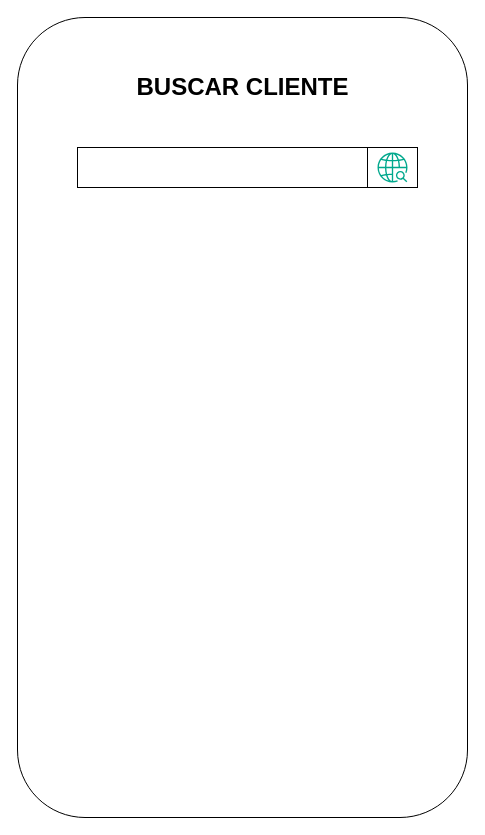
Above: Doc/BUSCARCLIENTE.drawio in Brazuca17/AppEquipe5 (draw.io), before the change. Source tidied: cells renumbered, new cells numbered last; positions are measured from the earlier drawing's top-left corner, leaving out a move shared by most shapes. Both pictures are drawn from the tidied source at 100%, with x=0, y=0 at pixel (17, 17).
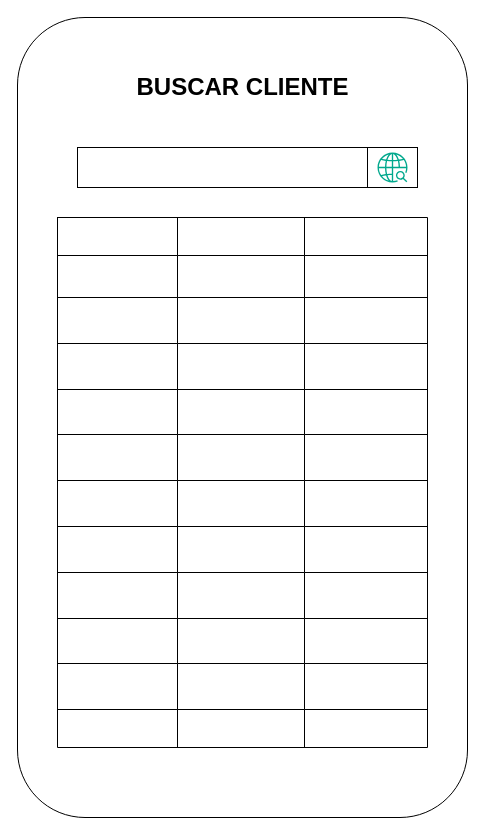
After the change.

Change to the diagram source:
```diff
@@
+    <mxCell id="7" style="shape=table;startSize=0;childLayout=tableLayout;fontSize=16;" parent="1" vertex="1">
+      <mxGeometry x="40" y="200" width="370" height="530" as="geometry" />
+    </mxCell>
+    <mxCell id="8" style="shape=tableRow;horizontal=0;startSize=0;swimlaneHead=0;swimlaneBody=0;strokeColor=inherit;top=0;left=0;bottom=0;right=0;fillColor=none;fontSize=16;" parent="7" vertex="1">
+      <mxGeometry width="370" height="38" as="geometry" />
+    </mxCell>
+    <mxCell id="9" style="shape=partialRectangle;html=1;whiteSpace=wrap;strokeColor=inherit;overflow=hidden;fillColor=none;top=0;left=0;bottom=0;right=0;fontSize=16;" parent="8" vertex="1">
+      <mxGeometry width="120" height="38" as="geometry" />
+    </mxCell>
+    <mxCell id="10" style="shape=partialRectangle;html=1;whiteSpace=wrap;strokeColor=inherit;overflow=hidden;fillColor=none;top=0;left=0;bottom=0;right=0;fontSize=16;" parent="8" vertex="1">
+      <mxGeometry x="120" width="127" height="38" as="geometry" />
+    </mxCell>
+    <mxCell id="11" style="shape=partialRectangle;html=1;whiteSpace=wrap;strokeColor=inherit;overflow=hidden;fillColor=none;top=0;left=0;bottom=0;right=0;fontSize=16;" parent="8" vertex="1">
+      <mxGeometry x="247" width="123" height="38" as="geometry" />
+    </mxCell>
+    <mxCell id="12" style="shape=tableRow;horizontal=0;startSize=0;swimlaneHead=0;swimlaneBody=0;strokeColor=inherit;top=0;left=0;bottom=0;right=0;fillColor=none;fontSize=16;" parent="7" vertex="1">
+      <mxGeometry y="38" width="370" height="42" as="geometry" />
+    </mxCell>
+    <mxCell id="13" style="shape=partialRectangle;html=1;whiteSpace=wrap;strokeColor=inherit;overflow=hidden;fillColor=none;top=0;left=0;bottom=0;right=0;fontSize=16;" parent="12" vertex="1">
+      <mxGeometry width="120" height="42" as="geometry" />
+    </mxCell>
+    <mxCell id="14" style="shape=partialRectangle;html=1;whiteSpace=wrap;strokeColor=inherit;overflow=hidden;fillColor=none;top=0;left=0;bottom=0;right=0;fontSize=16;" parent="12" vertex="1">
+      <mxGeometry x="120" width="127" height="42" as="geometry" />
+    </mxCell>
+    <mxCell id="15" style="shape=partialRectangle;html=1;whiteSpace=wrap;strokeColor=inherit;overflow=hidden;fillColor=none;top=0;left=0;bottom=0;right=0;fontSize=16;" parent="12" vertex="1">
+      <mxGeometry x="247" width="123" height="42" as="geometry" />
+    </mxCell>
+    <mxCell id="16" style="shape=tableRow;horizontal=0;startSize=0;swimlaneHead=0;swimlaneBody=0;strokeColor=inherit;top=0;left=0;bottom=0;right=0;fillColor=none;fontSize=16;" parent="7" vertex="1">
+      <mxGeometry y="80" width="370" height="46" as="geometry" />
+    </mxCell>
+    <mxCell id="17" style="shape=partialRectangle;html=1;whiteSpace=wrap;strokeColor=inherit;overflow=hidden;fillColor=none;top=0;left=0;bottom=0;right=0;fontSize=16;" parent="16" vertex="1">
+      <mxGeometry width="120" height="46" as="geometry" />
+    </mxCell>
+    <mxCell id="18" style="shape=partialRectangle;html=1;whiteSpace=wrap;strokeColor=inherit;overflow=hidden;fillColor=none;top=0;left=0;bottom=0;right=0;fontSize=16;" parent="16" vertex="1">
+      <mxGeometry x="120" width="127" height="46" as="geometry" />
+    </mxCell>
+    <mxCell id="19" style="shape=partialRectangle;html=1;whiteSpace=wrap;strokeColor=inherit;overflow=hidden;fillColor=none;top=0;left=0;bottom=0;right=0;fontSize=16;" parent="16" vertex="1">
+      <mxGeometry x="247" width="123" height="46" as="geometry" />
+    </mxCell>
+    <mxCell id="20" style="shape=tableRow;horizontal=0;startSize=0;swimlaneHead=0;swimlaneBody=0;strokeColor=inherit;top=0;left=0;bottom=0;right=0;fillColor=none;fontSize=16;" parent="7" vertex="1">
+      <mxGeometry y="126" width="370" height="46" as="geometry" />
+    </mxCell>
+    <mxCell id="21" style="shape=partialRectangle;html=1;whiteSpace=wrap;strokeColor=inherit;overflow=hidden;fillColor=none;top=0;left=0;bottom=0;right=0;fontSize=16;" parent="20" vertex="1">
+      <mxGeometry width="120" height="46" as="geometry" />
+    </mxCell>
+    <mxCell id="22" style="shape=partialRectangle;html=1;whiteSpace=wrap;strokeColor=inherit;overflow=hidden;fillColor=none;top=0;left=0;bottom=0;right=0;fontSize=16;" parent="20" vertex="1">
+      <mxGeometry x="120" width="127" height="46" as="geometry" />
+    </mxCell>
+    <mxCell id="23" style="shape=partialRectangle;html=1;whiteSpace=wrap;strokeColor=inherit;overflow=hidden;fillColor=none;top=0;left=0;bottom=0;right=0;fontSize=16;" parent="20" vertex="1">
+      <mxGeometry x="247" width="123" height="46" as="geometry" />
+    </mxCell>
+    <mxCell id="24" style="shape=tableRow;horizontal=0;startSize=0;swimlaneHead=0;swimlaneBody=0;strokeColor=inherit;top=0;left=0;bottom=0;right=0;fillColor=none;fontSize=16;" parent="7" vertex="1">
+      <mxGeometry y="172" width="370" height="45" as="geometry" />
+    </mxCell>
+    <mxCell id="25" style="shape=partialRectangle;html=1;whiteSpace=wrap;strokeColor=inherit;overflow=hidden;fillColor=none;top=0;left=0;bottom=0;right=0;fontSize=16;" parent="24" vertex="1">
+      <mxGeometry width="120" height="45" as="geometry" />
+    </mxCell>
+    <mxCell id="26" style="shape=partialRectangle;html=1;whiteSpace=wrap;strokeColor=inherit;overflow=hidden;fillColor=none;top=0;left=0;bottom=0;right=0;fontSize=16;" parent="24" vertex="1">
+      <mxGeometry x="120" width="127" height="45" as="geometry" />
+    </mxCell>
+    <mxCell id="27" style="shape=partialRectangle;html=1;whiteSpace=wrap;strokeColor=inherit;overflow=hidden;fillColor=none;top=0;left=0;bottom=0;right=0;fontSize=16;" parent="24" vertex="1">
+      <mxGeometry x="247" width="123" height="45" as="geometry" />
+    </mxCell>
+    <mxCell id="28" style="shape=tableRow;horizontal=0;startSize=0;swimlaneHead=0;swimlaneBody=0;strokeColor=inherit;top=0;left=0;bottom=0;right=0;fillColor=none;fontSize=16;" parent="7" vertex="1">
+      <mxGeometry y="217" width="370" height="46" as="geometry" />
+    </mxCell>
+    <mxCell id="29" style="shape=partialRectangle;html=1;whiteSpace=wrap;strokeColor=inherit;overflow=hidden;fillColor=none;top=0;left=0;bottom=0;right=0;fontSize=16;" parent="28" vertex="1">
+      <mxGeometry width="120" height="46" as="geometry" />
+    </mxCell>
+    <mxCell id="30" style="shape=partialRectangle;html=1;whiteSpace=wrap;strokeColor=inherit;overflow=hidden;fillColor=none;top=0;left=0;bottom=0;right=0;fontSize=16;" parent="28" vertex="1">
+      <mxGeometry x="120" width="127" height="46" as="geometry" />
+    </mxCell>
+    <mxCell id="31" style="shape=partialRectangle;html=1;whiteSpace=wrap;strokeColor=inherit;overflow=hidden;fillColor=none;top=0;left=0;bottom=0;right=0;fontSize=16;" parent="28" vertex="1">
+      <mxGeometry x="247" width="123" height="46" as="geometry" />
+    </mxCell>
+    <mxCell id="32" style="shape=tableRow;horizontal=0;startSize=0;swimlaneHead=0;swimlaneBody=0;strokeColor=inherit;top=0;left=0;bottom=0;right=0;fillColor=none;fontSize=16;" parent="7" vertex="1">
+      <mxGeometry y="263" width="370" height="46" as="geometry" />
+    </mxCell>
+    <mxCell id="33" style="shape=partialRectangle;html=1;whiteSpace=wrap;strokeColor=inherit;overflow=hidden;fillColor=none;top=0;left=0;bottom=0;right=0;fontSize=16;" parent="32" vertex="1">
+      <mxGeometry width="120" height="46" as="geometry" />
+    </mxCell>
+    <mxCell id="34" style="shape=partialRectangle;html=1;whiteSpace=wrap;strokeColor=inherit;overflow=hidden;fillColor=none;top=0;left=0;bottom=0;right=0;fontSize=16;" parent="32" vertex="1">
+      <mxGeometry x="120" width="127" height="46" as="geometry" />
+    </mxCell>
+    <mxCell id="35" style="shape=partialRectangle;html=1;whiteSpace=wrap;strokeColor=inherit;overflow=hidden;fillColor=none;top=0;left=0;bottom=0;right=0;fontSize=16;" parent="32" vertex="1">
+      <mxGeometry x="247" width="123" height="46" as="geometry" />
+    </mxCell>
+    <mxCell id="36" style="shape=tableRow;horizontal=0;startSize=0;swimlaneHead=0;swimlaneBody=0;strokeColor=inherit;top=0;left=0;bottom=0;right=0;fillColor=none;fontSize=16;" parent="7" vertex="1">
+      <mxGeometry y="309" width="370" height="46" as="geometry" />
+    </mxCell>
+    <mxCell id="37" style="shape=partialRectangle;html=1;whiteSpace=wrap;strokeColor=inherit;overflow=hidden;fillColor=none;top=0;left=0;bottom=0;right=0;fontSize=16;" parent="36" vertex="1">
+      <mxGeometry width="120" height="46" as="geometry" />
+    </mxCell>
+    <mxCell id="38" style="shape=partialRectangle;html=1;whiteSpace=wrap;strokeColor=inherit;overflow=hidden;fillColor=none;top=0;left=0;bottom=0;right=0;fontSize=16;" parent="36" vertex="1">
+      <mxGeometry x="120" width="127" height="46" as="geometry" />
+    </mxCell>
+    <mxCell id="39" style="shape=partialRectangle;html=1;whiteSpace=wrap;strokeColor=inherit;overflow=hidden;fillColor=none;top=0;left=0;bottom=0;right=0;fontSize=16;" parent="36" vertex="1">
+      <mxGeometry x="247" width="123" height="46" as="geometry" />
+    </mxCell>
+    <mxCell id="40" style="shape=tableRow;horizontal=0;startSize=0;swimlaneHead=0;swimlaneBody=0;strokeColor=inherit;top=0;left=0;bottom=0;right=0;fillColor=none;fontSize=16;" parent="7" vertex="1">
+      <mxGeometry y="355" width="370" height="46" as="geometry" />
+    </mxCell>
+    <mxCell id="41" style="shape=partialRectangle;html=1;whiteSpace=wrap;strokeColor=inherit;overflow=hidden;fillColor=none;top=0;left=0;bottom=0;right=0;fontSize=16;" parent="40" vertex="1">
+      <mxGeometry width="120" height="46" as="geometry" />
+    </mxCell>
+    <mxCell id="42" style="shape=partialRectangle;html=1;whiteSpace=wrap;strokeColor=inherit;overflow=hidden;fillColor=none;top=0;left=0;bottom=0;right=0;fontSize=16;" parent="40" vertex="1">
+      <mxGeometry x="120" width="127" height="46" as="geometry" />
+    </mxCell>
+    <mxCell id="43" style="shape=partialRectangle;html=1;whiteSpace=wrap;strokeColor=inherit;overflow=hidden;fillColor=none;top=0;left=0;bottom=0;right=0;fontSize=16;" parent="40" vertex="1">
+      <mxGeometry x="247" width="123" height="46" as="geometry" />
+    </mxCell>
+    <mxCell id="44" style="shape=tableRow;horizontal=0;startSize=0;swimlaneHead=0;swimlaneBody=0;strokeColor=inherit;top=0;left=0;bottom=0;right=0;fillColor=none;fontSize=16;" parent="7" vertex="1">
+      <mxGeometry y="401" width="370" height="45" as="geometry" />
+    </mxCell>
+    <mxCell id="45" style="shape=partialRectangle;html=1;whiteSpace=wrap;strokeColor=inherit;overflow=hidden;fillColor=none;top=0;left=0;bottom=0;right=0;fontSize=16;" parent="44" vertex="1">
+      <mxGeometry width="120" height="45" as="geometry" />
+    </mxCell>
+    <mxCell id="46" style="shape=partialRectangle;html=1;whiteSpace=wrap;strokeColor=inherit;overflow=hidden;fillColor=none;top=0;left=0;bottom=0;right=0;fontSize=16;" parent="44" vertex="1">
+      <mxGeometry x="120" width="127" height="45" as="geometry" />
+    </mxCell>
+    <mxCell id="47" style="shape=partialRectangle;html=1;whiteSpace=wrap;strokeColor=inherit;overflow=hidden;fillColor=none;top=0;left=0;bottom=0;right=0;fontSize=16;" parent="44" vertex="1">
+      <mxGeometry x="247" width="123" height="45" as="geometry" />
+    </mxCell>
+    <mxCell id="48" style="shape=tableRow;horizontal=0;startSize=0;swimlaneHead=0;swimlaneBody=0;strokeColor=inherit;top=0;left=0;bottom=0;right=0;fillColor=none;fontSize=16;" parent="7" vertex="1">
+      <mxGeometry y="446" width="370" height="46" as="geometry" />
+    </mxCell>
+    <mxCell id="49" style="shape=partialRectangle;html=1;whiteSpace=wrap;strokeColor=inherit;overflow=hidden;fillColor=none;top=0;left=0;bottom=0;right=0;fontSize=16;" parent="48" vertex="1">
+      <mxGeometry width="120" height="46" as="geometry" />
+    </mxCell>
+    <mxCell id="50" style="shape=partialRectangle;html=1;whiteSpace=wrap;strokeColor=inherit;overflow=hidden;fillColor=none;top=0;left=0;bottom=0;right=0;fontSize=16;" parent="48" vertex="1">
+      <mxGeometry x="120" width="127" height="46" as="geometry" />
+    </mxCell>
+    <mxCell id="51" style="shape=partialRectangle;html=1;whiteSpace=wrap;strokeColor=inherit;overflow=hidden;fillColor=none;top=0;left=0;bottom=0;right=0;fontSize=16;" parent="48" vertex="1">
+      <mxGeometry x="247" width="123" height="46" as="geometry" />
+    </mxCell>
+    <mxCell id="52" style="shape=tableRow;horizontal=0;startSize=0;swimlaneHead=0;swimlaneBody=0;strokeColor=inherit;top=0;left=0;bottom=0;right=0;fillColor=none;fontSize=16;" parent="7" vertex="1">
+      <mxGeometry y="492" width="370" height="38" as="geometry" />
+    </mxCell>
+    <mxCell id="53" style="shape=partialRectangle;html=1;whiteSpace=wrap;strokeColor=inherit;overflow=hidden;fillColor=none;top=0;left=0;bottom=0;right=0;fontSize=16;" parent="52" vertex="1">
+      <mxGeometry width="120" height="38" as="geometry" />
+    </mxCell>
+    <mxCell id="54" style="shape=partialRectangle;html=1;whiteSpace=wrap;strokeColor=inherit;overflow=hidden;fillColor=none;top=0;left=0;bottom=0;right=0;fontSize=16;" parent="52" vertex="1">
+      <mxGeometry x="120" width="127" height="38" as="geometry" />
+    </mxCell>
+    <mxCell id="55" style="shape=partialRectangle;html=1;whiteSpace=wrap;strokeColor=inherit;overflow=hidden;fillColor=none;top=0;left=0;bottom=0;right=0;fontSize=16;" parent="52" vertex="1">
+      <mxGeometry x="247" width="123" height="38" as="geometry" />
+    </mxCell>
```
